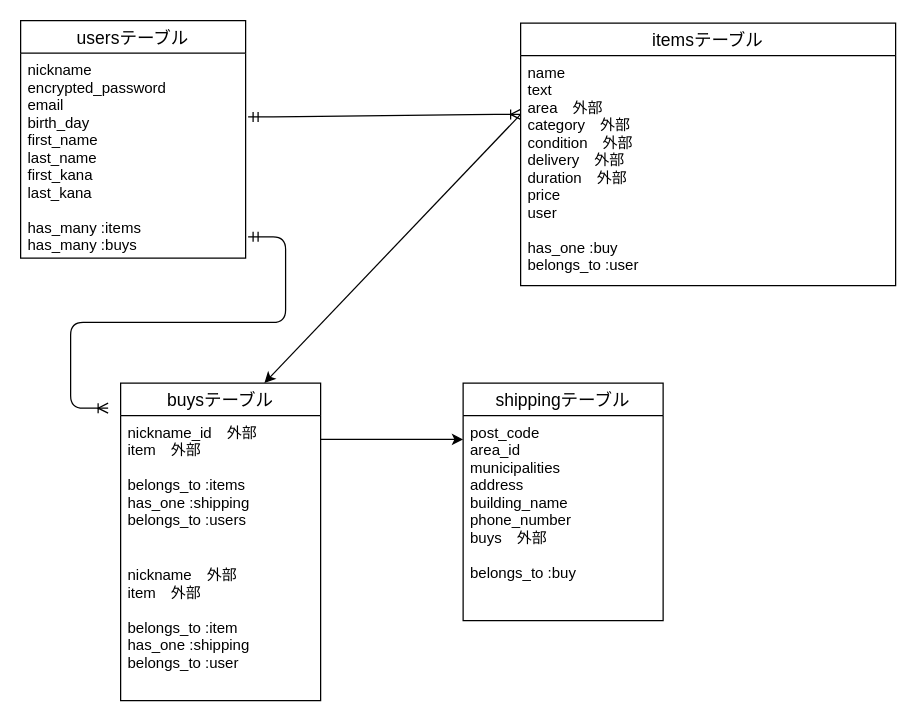
Above: furima-38031.dio in wawazoe/furima-38031 (draw.io), before the change. Source tidied: cells renumbered, new cells numbered last; positions are measured from the earlier drawing's top-left corner, leaving out a move shared by most shapes. Both pictures are drawn from the tidied source at 125%, with x=0, y=0 at pixel (20, 20).
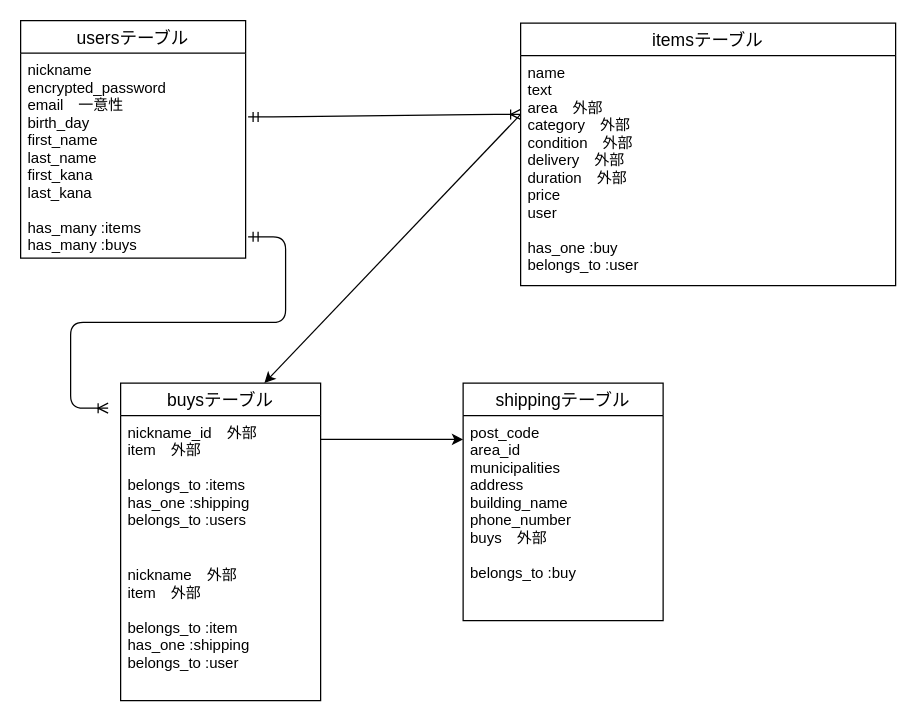
The same page after the edit.

Change to the diagram source:
```diff
@@
 <mxGraphModel>
   <root>
     <mxCell id="0" />
     <mxCell id="1" parent="0" />
     <mxCell id="2" style="edgeStyle=none;html=1;exitX=1;exitY=0.5;exitDx=0;exitDy=0;entryX=0;entryY=0.5;entryDx=0;entryDy=0;" parent="1" edge="1">
       <mxGeometry relative="1" as="geometry">
         <mxPoint x="240" y="335" as="sourcePoint" />
         <mxPoint x="354" y="335" as="targetPoint" />
       </mxGeometry>
     </mxCell>
     <mxCell id="3" style="edgeStyle=none;html=1;exitX=0;exitY=0.5;exitDx=0;exitDy=0;entryX=0.75;entryY=0;entryDx=0;entryDy=0;" parent="1" edge="1">
       <mxGeometry relative="1" as="geometry">
         <mxPoint x="400" y="75" as="sourcePoint" />
         <mxPoint x="195" y="290" as="targetPoint" />
       </mxGeometry>
     </mxCell>
     <mxCell id="4" value="usersテーブル" style="swimlane;fontStyle=0;horizontal=1;startSize=26;align=center;fontSize=14;" parent="1" vertex="1">
       <mxGeometry width="180" height="190" as="geometry" />
     </mxCell>
-    <mxCell id="5" value="nickname&#10;encrypted_password&#10;email&#10;birth_day&#10;first_name&#10;last_name&#10;first_kana&#10;last_kana&#10;&#10;has_many :items&#10;has_many :buys&#10;&#10;&#10;" style="text;strokeColor=none;fillColor=none;spacingLeft=4;spacingRight=4;overflow=hidden;points=[[0,0.5],[1,0.5]];portConstraint=eastwest;fontSize=12;" parent="4" vertex="1">
+    <mxCell id="5" value="nickname&#10;encrypted_password&#10;email　一意性&#10;birth_day&#10;first_name&#10;last_name&#10;first_kana&#10;last_kana&#10;&#10;has_many :items&#10;has_many :buys&#10;&#10;&#10;" style="text;strokeColor=none;fillColor=none;spacingLeft=4;spacingRight=4;overflow=hidden;points=[[0,0.5],[1,0.5]];portConstraint=eastwest;fontSize=12;" parent="4" vertex="1">
       <mxGeometry y="26" width="180" height="164" as="geometry" />
     </mxCell>
     <mxCell id="6" value="itemsテーブル" style="swimlane;fontStyle=0;horizontal=1;startSize=26;align=center;fontSize=14;" parent="1" vertex="1">
       <mxGeometry x="400" y="2" width="300" height="210" as="geometry" />
     </mxCell>
     <mxCell id="7" value="name&#10;text&#10;area　外部&#10;category　外部&#10;condition　外部&#10;delivery　外部&#10;duration　外部&#10;price&#10;user&#10;&#10;has_one :buy&#10;belongs_to :user" style="text;strokeColor=none;fillColor=none;spacingLeft=4;spacingRight=4;overflow=hidden;fontSize=12;" parent="6" vertex="1">
       <mxGeometry y="26" width="300" height="184" as="geometry" />
     </mxCell>
     <mxCell id="8" value="buysテーブル" style="swimlane;fontStyle=0;horizontal=1;startSize=26;align=center;fontSize=14;" parent="1" vertex="1">
       <mxGeometry x="80" y="290" width="160" height="254" as="geometry" />
     </mxCell>
     <mxCell id="9" value="nickname_id　外部&#10;item　外部&#10;&#10;belongs_to :items&#10;has_one :shipping&#10;belongs_to :users" style="text;strokeColor=none;fillColor=none;spacingLeft=4;spacingRight=4;overflow=hidden;fontSize=12;" parent="8" vertex="1">
       <mxGeometry y="26" width="160" height="114" as="geometry" />
     </mxCell>
     <mxCell id="10" value="nickname　外部&#10;item　外部&#10;&#10;belongs_to :item&#10;has_one :shipping&#10;belongs_to :user" style="text;strokeColor=none;fillColor=none;spacingLeft=4;spacingRight=4;overflow=hidden;fontSize=12;" parent="8" vertex="1">
       <mxGeometry y="140" width="160" height="114" as="geometry" />
     </mxCell>
     <mxCell id="11" value="shippingテーブル" style="swimlane;fontStyle=0;horizontal=1;startSize=26;align=center;fontSize=14;" parent="1" vertex="1">
       <mxGeometry x="354" y="290" width="160" height="190" as="geometry" />
     </mxCell>
     <mxCell id="12" value="post_code&#10;area_id&#10;municipalities&#10;address&#10;building_name&#10;phone_number&#10;buys　外部&#10;&#10;belongs_to :buy&#10;" style="text;strokeColor=none;fillColor=none;spacingLeft=4;spacingRight=4;overflow=hidden;fontSize=12;" parent="11" vertex="1">
       <mxGeometry y="26" width="160" height="164" as="geometry" />
     </mxCell>
     <mxCell id="13" style="edgeStyle=entityRelationEdgeStyle;fontSize=12;html=1;endArrow=ERoneToMany;startArrow=ERmandOne;exitX=1.011;exitY=0.896;exitDx=0;exitDy=0;exitPerimeter=0;" parent="1" edge="1" source="5">
       <mxGeometry relative="1" as="geometry">
         <mxPoint x="70" y="310" as="targetPoint" />
       </mxGeometry>
     </mxCell>
     <mxCell id="14" style="edgeStyle=entityRelationEdgeStyle;fontSize=12;html=1;endArrow=ERoneToMany;startArrow=ERmandOne;exitX=1.011;exitY=0.311;exitDx=0;exitDy=0;exitPerimeter=0;" parent="1" edge="1" source="5">
       <mxGeometry relative="1" as="geometry">
         <mxPoint x="400" y="75" as="targetPoint" />
       </mxGeometry>
     </mxCell>
   </root>
 </mxGraphModel>
```
